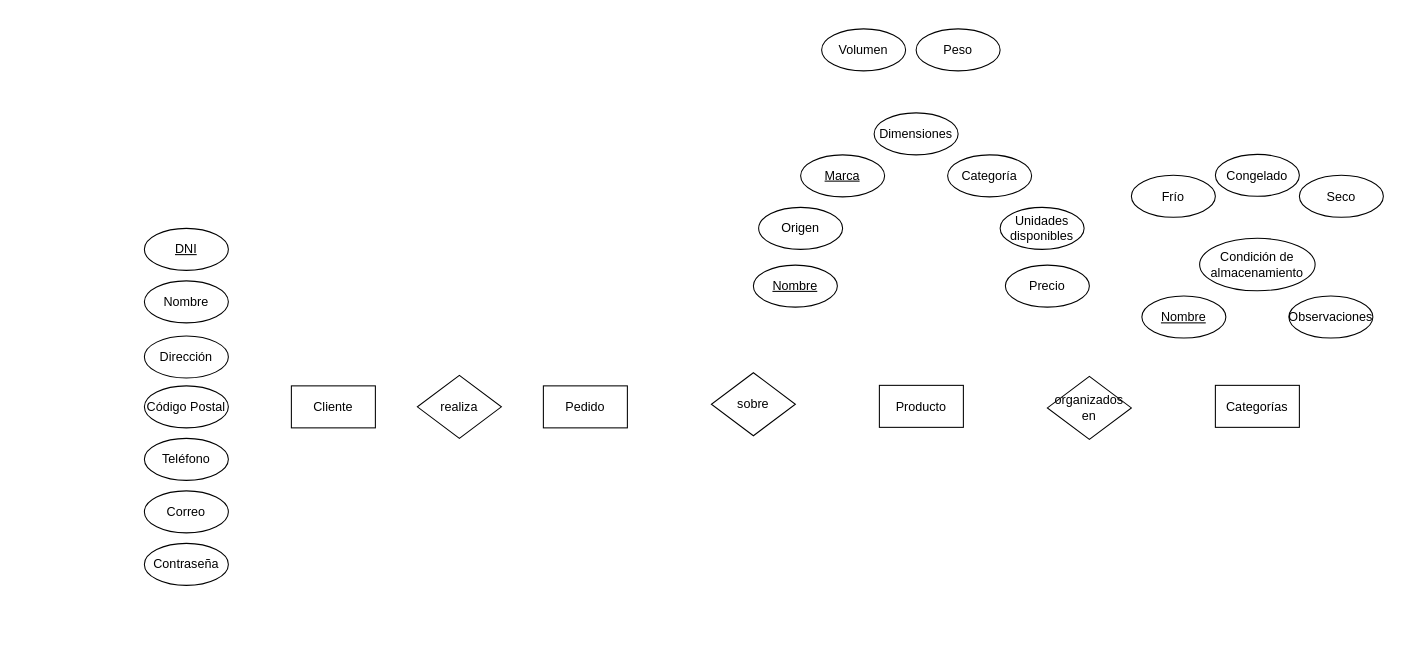
Above: bbdd/Actividades/Actividade BD28/Actividad BD28_2.drawio in Amaado/DAM1_archives (draw.io), before the change. Source tidied: cells renumbered, new cells numbered last; positions are measured from the earlier drawing's top-left corner, leaving out a move shared by most shapes. Both pictures are drawn from the tidied source at 105%, with x=0, y=0 at pixel (144, 28).
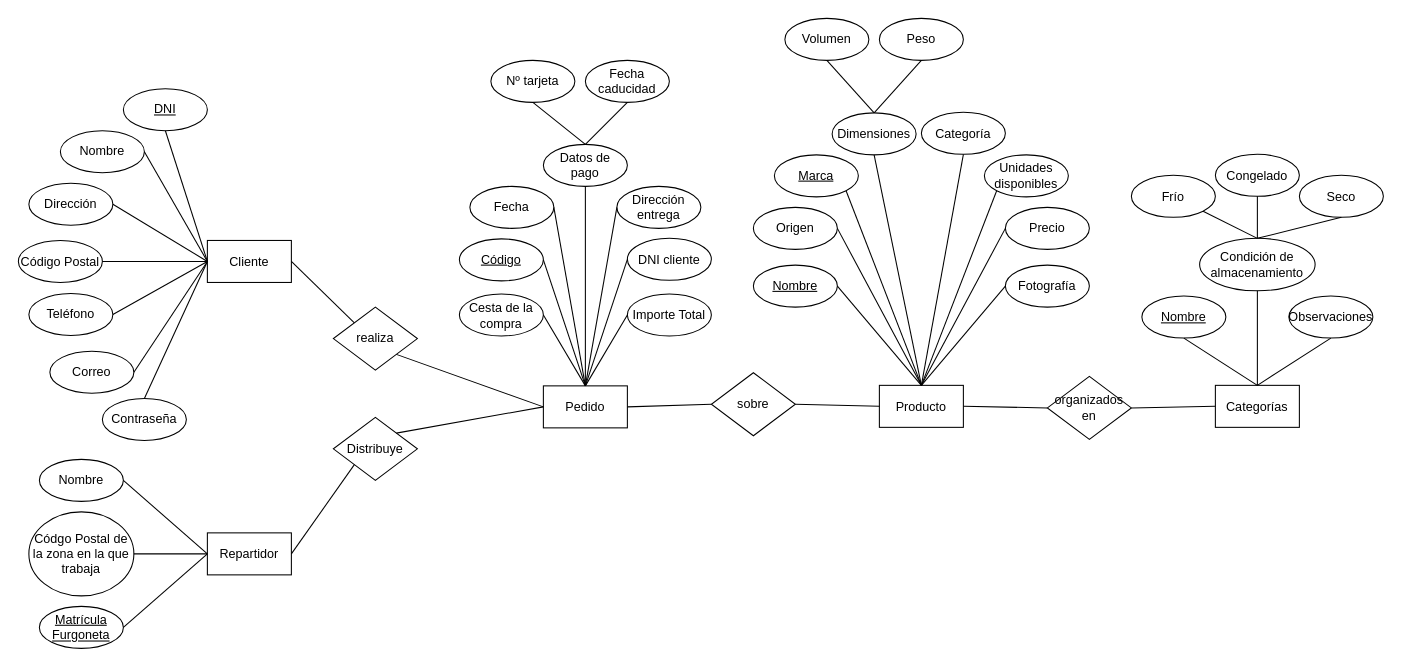
Above is the later version.

The change refers to these unchanged cells:
```xml
<mxCell id="11" value="Pedido" style="rounded=0;whiteSpace=wrap;html=1;" parent="1" vertex="1">
  <mxGeometry x="380" y="340" width="80" height="40" as="geometry" />
</mxCell>
<mxCell id="12" value="Producto" style="rounded=0;whiteSpace=wrap;html=1;" parent="1" vertex="1">
  <mxGeometry x="700" y="339.5" width="80" height="40" as="geometry" />
</mxCell>
<mxCell id="13" value="organizados en" style="rhombus;whiteSpace=wrap;html=1;" parent="1" vertex="1">
  <mxGeometry x="860" y="331" width="80" height="60" as="geometry" />
</mxCell>
<mxCell id="14" value="sobre" style="rhombus;whiteSpace=wrap;html=1;" parent="1" vertex="1">
  <mxGeometry x="540" y="327.5" width="80" height="60" as="geometry" />
</mxCell>
<mxCell id="15" value="Categorías" style="rounded=0;whiteSpace=wrap;html=1;" parent="1" vertex="1">
  <mxGeometry x="1020" y="339.5" width="80" height="40" as="geometry" />
</mxCell>
<mxCell id="16" value="&lt;u&gt;Nombre&lt;/u&gt;" style="ellipse;whiteSpace=wrap;html=1;" parent="1" vertex="1">
  <mxGeometry x="950" y="254.5" width="80" height="40" as="geometry" />
</mxCell>
<mxCell id="17" value="Condición de almacenamiento" style="ellipse;whiteSpace=wrap;html=1;" parent="1" vertex="1">
  <mxGeometry x="1005" y="199.5" width="110" height="50" as="geometry" />
</mxCell>
<mxCell id="18" value="Frío" style="ellipse;whiteSpace=wrap;html=1;" parent="1" vertex="1">
  <mxGeometry x="940" y="139.5" width="80" height="40" as="geometry" />
</mxCell>
<mxCell id="19" value="Congelado" style="ellipse;whiteSpace=wrap;html=1;" parent="1" vertex="1">
  <mxGeometry x="1020" y="119.5" width="80" height="40" as="geometry" />
</mxCell>
<mxCell id="20" value="Seco" style="ellipse;whiteSpace=wrap;html=1;" parent="1" vertex="1">
  <mxGeometry x="1100" y="139.5" width="80" height="40" as="geometry" />
</mxCell>
<mxCell id="21" value="Observaciones" style="ellipse;whiteSpace=wrap;html=1;" parent="1" vertex="1">
  <mxGeometry x="1090" y="254.5" width="80" height="40" as="geometry" />
</mxCell>
<mxCell id="22" value="&lt;u&gt;Nombre&lt;/u&gt;" style="ellipse;whiteSpace=wrap;html=1;" parent="1" vertex="1">
  <mxGeometry x="580" y="225" width="80" height="40" as="geometry" />
</mxCell>
```

Diff of the diagram source:
```diff
@@
     <mxCell id="2" value="Cliente" style="rounded=0;whiteSpace=wrap;html=1;" parent="1" vertex="1">
-      <mxGeometry x="140" y="340" width="80" height="40" as="geometry" />
+      <mxGeometry x="60" y="201.5" width="80" height="40" as="geometry" />
     </mxCell>
     <mxCell id="3" value="realiza" style="rhombus;whiteSpace=wrap;html=1;" parent="1" vertex="1">
-      <mxGeometry x="260" y="330" width="80" height="60" as="geometry" />
+      <mxGeometry x="180" y="265" width="80" height="60" as="geometry" />
     </mxCell>
     <mxCell id="4" value="&lt;u&gt;DNI&lt;/u&gt;" style="ellipse;whiteSpace=wrap;html=1;" parent="1" vertex="1">
-      <mxGeometry y="190" width="80" height="40" as="geometry" />
+      <mxGeometry x="-20" y="57" width="80" height="40" as="geometry" />
     </mxCell>
     <mxCell id="5" value="Nombre" style="ellipse;whiteSpace=wrap;html=1;" parent="1" vertex="1">
-      <mxGeometry y="240" width="80" height="40" as="geometry" />
+      <mxGeometry x="-80" y="97" width="80" height="40" as="geometry" />
     </mxCell>
     <mxCell id="6" value="Dirección" style="ellipse;whiteSpace=wrap;html=1;" parent="1" vertex="1">
-      <mxGeometry y="292.5" width="80" height="40" as="geometry" />
+      <mxGeometry x="-110" y="147" width="80" height="40" as="geometry" />
     </mxCell>
     <mxCell id="7" value="Código Postal" style="ellipse;whiteSpace=wrap;html=1;" parent="1" vertex="1">
-      <mxGeometry y="340" width="80" height="40" as="geometry" />
+      <mxGeometry x="-120" y="201.5" width="80" height="40" as="geometry" />
     </mxCell>
     <mxCell id="8" value="Teléfono" style="ellipse;whiteSpace=wrap;html=1;" parent="1" vertex="1">
-      <mxGeometry y="390" width="80" height="40" as="geometry" />
+      <mxGeometry x="-110" y="252" width="80" height="40" as="geometry" />
     </mxCell>
     <mxCell id="9" value="Correo" style="ellipse;whiteSpace=wrap;html=1;" parent="1" vertex="1">
-      <mxGeometry y="440" width="80" height="40" as="geometry" />
+      <mxGeometry x="-90" y="307" width="80" height="40" as="geometry" />
     </mxCell>
     <mxCell id="10" value="Contraseña" style="ellipse;whiteSpace=wrap;html=1;" parent="1" vertex="1">
-      <mxGeometry y="490" width="80" height="40" as="geometry" />
+      <mxGeometry x="-40" y="352" width="80" height="40" as="geometry" />
     </mxCell>
@@
     <mxCell id="23" value="&lt;u&gt;Marca&lt;/u&gt;" style="ellipse;whiteSpace=wrap;html=1;" parent="1" vertex="1">
-      <mxGeometry x="625" y="120" width="80" height="40" as="geometry" />
+      <mxGeometry x="600" y="120" width="80" height="40" as="geometry" />
     </mxCell>
     <mxCell id="24" value="Origen" style="ellipse;whiteSpace=wrap;html=1;" parent="1" vertex="1">
-      <mxGeometry x="585" y="170" width="80" height="40" as="geometry" />
+      <mxGeometry x="580" y="170" width="80" height="40" as="geometry" />
     </mxCell>
     <mxCell id="25" value="Dimensiones" style="ellipse;whiteSpace=wrap;html=1;" parent="1" vertex="1">
-      <mxGeometry x="695" y="80" width="80" height="40" as="geometry" />
+      <mxGeometry x="655" y="80" width="80" height="40" as="geometry" />
     </mxCell>
     <mxCell id="26" value="Volumen" style="ellipse;whiteSpace=wrap;html=1;" parent="1" vertex="1">
-      <mxGeometry x="645" width="80" height="40" as="geometry" />
+      <mxGeometry x="610" y="-10" width="80" height="40" as="geometry" />
     </mxCell>
     <mxCell id="27" value="Peso" style="ellipse;whiteSpace=wrap;html=1;" parent="1" vertex="1">
-      <mxGeometry x="735" width="80" height="40" as="geometry" />
+      <mxGeometry x="700" y="-10" width="80" height="40" as="geometry" />
     </mxCell>
     <mxCell id="28" value="Precio" style="ellipse;whiteSpace=wrap;html=1;" parent="1" vertex="1">
-      <mxGeometry x="820" y="225" width="80" height="40" as="geometry" />
+      <mxGeometry x="820" y="170" width="80" height="40" as="geometry" />
     </mxCell>
     <mxCell id="29" value="Categoría" style="ellipse;whiteSpace=wrap;html=1;" parent="1" vertex="1">
-      <mxGeometry x="765" y="120" width="80" height="40" as="geometry" />
+      <mxGeometry x="740" y="79.5" width="80" height="40" as="geometry" />
     </mxCell>
     <mxCell id="30" value="Unidades&lt;br&gt;disponibles" style="ellipse;whiteSpace=wrap;html=1;" parent="1" vertex="1">
-      <mxGeometry x="815" y="170" width="80" height="40" as="geometry" />
+      <mxGeometry x="800" y="120" width="80" height="40" as="geometry" />
     </mxCell>
+    <mxCell id="31" value="Fotografía" style="ellipse;whiteSpace=wrap;html=1;" parent="1" vertex="1">
+      <mxGeometry x="820" y="225" width="80" height="40" as="geometry" />
+    </mxCell>
+    <mxCell id="32" value="Cesta de la compra" style="ellipse;whiteSpace=wrap;html=1;" parent="1" vertex="1">
+      <mxGeometry x="300" y="252.5" width="80" height="40" as="geometry" />
+    </mxCell>
+    <mxCell id="33" value="Fecha" style="ellipse;whiteSpace=wrap;html=1;" parent="1" vertex="1">
+      <mxGeometry x="310" y="150" width="80" height="40" as="geometry" />
+    </mxCell>
+    <mxCell id="34" value="&lt;u&gt;Código&lt;/u&gt;" style="ellipse;whiteSpace=wrap;html=1;" parent="1" vertex="1">
+      <mxGeometry x="300" y="200" width="80" height="40" as="geometry" />
+    </mxCell>
+    <mxCell id="35" value="DNI cliente" style="ellipse;whiteSpace=wrap;html=1;" parent="1" vertex="1">
+      <mxGeometry x="460" y="199.5" width="80" height="40" as="geometry" />
+    </mxCell>
+    <mxCell id="36" value="Dirección entrega" style="ellipse;whiteSpace=wrap;html=1;" parent="1" vertex="1">
+      <mxGeometry x="450" y="150" width="80" height="40" as="geometry" />
+    </mxCell>
+    <mxCell id="37" value="Importe Total" style="ellipse;whiteSpace=wrap;html=1;" parent="1" vertex="1">
+      <mxGeometry x="460" y="252.5" width="80" height="40" as="geometry" />
+    </mxCell>
+    <mxCell id="38" value="Datos de pago" style="ellipse;whiteSpace=wrap;html=1;" parent="1" vertex="1">
+      <mxGeometry x="380" y="110" width="80" height="40" as="geometry" />
+    </mxCell>
+    <mxCell id="39" value="Nº tarjeta" style="ellipse;whiteSpace=wrap;html=1;" parent="1" vertex="1">
+      <mxGeometry x="330" y="30" width="80" height="40" as="geometry" />
+    </mxCell>
+    <mxCell id="40" value="Fecha caducidad" style="ellipse;whiteSpace=wrap;html=1;" parent="1" vertex="1">
+      <mxGeometry x="420" y="30" width="80" height="40" as="geometry" />
+    </mxCell>
+    <mxCell id="41" value="Repartidor" style="rounded=0;whiteSpace=wrap;html=1;" parent="1" vertex="1">
+      <mxGeometry x="60" y="480" width="80" height="40" as="geometry" />
+    </mxCell>
+    <mxCell id="42" value="Distribuye" style="rhombus;whiteSpace=wrap;html=1;" parent="1" vertex="1">
+      <mxGeometry x="180" y="370" width="80" height="60" as="geometry" />
+    </mxCell>
+    <mxCell id="43" value="Nombre" style="ellipse;whiteSpace=wrap;html=1;" parent="1" vertex="1">
+      <mxGeometry x="-100" y="410" width="80" height="40" as="geometry" />
+    </mxCell>
+    <mxCell id="44" value="&lt;u&gt;Matrícula Furgoneta&lt;/u&gt;" style="ellipse;whiteSpace=wrap;html=1;" parent="1" vertex="1">
+      <mxGeometry x="-100" y="550" width="80" height="40" as="geometry" />
+    </mxCell>
+    <mxCell id="45" value="Códgo Postal de la zona en la que trabaja" style="ellipse;whiteSpace=wrap;html=1;" parent="1" vertex="1">
+      <mxGeometry x="-110" y="460" width="100" height="80" as="geometry" />
+    </mxCell>
+    <mxCell id="46" style="endArrow=none;html=1;rounded=0;exitX=0.5;exitY=0;exitDx=0;exitDy=0;entryX=1;entryY=0.5;entryDx=0;entryDy=0;" parent="1" edge="1" source="11" target="33">
+      <mxGeometry relative="1" as="geometry" />
+    </mxCell>
+    <mxCell id="47" style="endArrow=none;html=1;rounded=0;entryX=0.5;entryY=1;entryDx=0;entryDy=0;exitX=0;exitY=0.5;exitDx=0;exitDy=0;" parent="1" edge="1" source="2" target="4">
+      <mxGeometry relative="1" as="geometry" />
+    </mxCell>
+    <mxCell id="48" style="endArrow=none;html=1;rounded=0;entryX=1;entryY=0.5;entryDx=0;entryDy=0;exitX=0;exitY=0.5;exitDx=0;exitDy=0;" parent="1" edge="1" source="2" target="5">
+      <mxGeometry relative="1" as="geometry" />
+    </mxCell>
+    <mxCell id="49" style="endArrow=none;html=1;rounded=0;entryX=0;entryY=0.5;entryDx=0;entryDy=0;exitX=1;exitY=0.5;exitDx=0;exitDy=0;" parent="1" edge="1" source="6" target="2">
+      <mxGeometry relative="1" as="geometry" />
+    </mxCell>
+    <mxCell id="50" style="endArrow=none;html=1;rounded=0;entryX=0;entryY=0.5;entryDx=0;entryDy=0;exitX=1;exitY=0.5;exitDx=0;exitDy=0;" parent="1" edge="1" source="7" target="2">
+      <mxGeometry relative="1" as="geometry" />
+    </mxCell>
+    <mxCell id="51" style="endArrow=none;html=1;rounded=0;entryX=1;entryY=0.5;entryDx=0;entryDy=0;exitX=0;exitY=0.5;exitDx=0;exitDy=0;" parent="1" edge="1" source="2" target="8">
+      <mxGeometry relative="1" as="geometry" />
+    </mxCell>
+    <mxCell id="52" style="endArrow=none;html=1;rounded=0;entryX=0;entryY=0.5;entryDx=0;entryDy=0;exitX=0.5;exitY=0;exitDx=0;exitDy=0;" parent="1" edge="1" source="10" target="2">
+      <mxGeometry relative="1" as="geometry" />
+    </mxCell>
+    <mxCell id="53" style="endArrow=none;html=1;rounded=0;entryX=0;entryY=0.5;entryDx=0;entryDy=0;exitX=1;exitY=0.5;exitDx=0;exitDy=0;" parent="1" edge="1" source="9" target="2">
+      <mxGeometry relative="1" as="geometry" />
+    </mxCell>
+    <mxCell id="54" style="endArrow=none;html=1;rounded=0;entryX=0;entryY=0;entryDx=0;entryDy=0;exitX=1;exitY=0.5;exitDx=0;exitDy=0;" parent="1" edge="1" source="2" target="3">
+      <mxGeometry relative="1" as="geometry" />
+    </mxCell>
+    <mxCell id="55" style="endArrow=none;html=1;rounded=0;entryX=0;entryY=1;entryDx=0;entryDy=0;exitX=1;exitY=0.5;exitDx=0;exitDy=0;" parent="1" edge="1" source="41" target="42">
+      <mxGeometry relative="1" as="geometry" />
+    </mxCell>
+    <mxCell id="56" style="endArrow=none;html=1;rounded=0;entryX=0;entryY=0.5;entryDx=0;entryDy=0;exitX=1;exitY=1;exitDx=0;exitDy=0;" parent="1" edge="1" source="3" target="11">
+      <mxGeometry relative="1" as="geometry" />
+    </mxCell>
+    <mxCell id="57" style="endArrow=none;html=1;rounded=0;entryX=0;entryY=0.5;entryDx=0;entryDy=0;exitX=1;exitY=0;exitDx=0;exitDy=0;" parent="1" edge="1" source="42" target="11">
+      <mxGeometry relative="1" as="geometry" />
+    </mxCell>
+    <mxCell id="58" style="endArrow=none;html=1;rounded=0;entryX=1;entryY=0.5;entryDx=0;entryDy=0;exitX=0;exitY=0.5;exitDx=0;exitDy=0;" parent="1" edge="1" source="41" target="43">
+      <mxGeometry relative="1" as="geometry" />
+    </mxCell>
+    <mxCell id="59" style="endArrow=none;html=1;rounded=0;entryX=0;entryY=0.5;entryDx=0;entryDy=0;exitX=1;exitY=0.5;exitDx=0;exitDy=0;" parent="1" edge="1" source="45" target="41">
+      <mxGeometry relative="1" as="geometry" />
+    </mxCell>
+    <mxCell id="60" style="endArrow=none;html=1;rounded=0;entryX=0;entryY=0.5;entryDx=0;entryDy=0;exitX=1;exitY=0.5;exitDx=0;exitDy=0;" parent="1" edge="1" source="44" target="41">
+      <mxGeometry relative="1" as="geometry" />
+    </mxCell>
+    <mxCell id="61" style="endArrow=none;html=1;rounded=0;entryX=0.5;entryY=0;entryDx=0;entryDy=0;exitX=0.5;exitY=1;exitDx=0;exitDy=0;" parent="1" edge="1" source="38" target="11">
+      <mxGeometry relative="1" as="geometry" />
+    </mxCell>
+    <mxCell id="62" style="endArrow=none;html=1;rounded=0;entryX=0;entryY=0.5;entryDx=0;entryDy=0;exitX=0.5;exitY=0;exitDx=0;exitDy=0;" parent="1" edge="1" source="11" target="36">
+      <mxGeometry relative="1" as="geometry" />
+    </mxCell>
+    <mxCell id="63" style="endArrow=none;html=1;rounded=0;entryX=0;entryY=0.5;entryDx=0;entryDy=0;exitX=0.5;exitY=0;exitDx=0;exitDy=0;" parent="1" edge="1" source="11" target="37">
+      <mxGeometry relative="1" as="geometry" />
+    </mxCell>
+    <mxCell id="64" style="endArrow=none;html=1;rounded=0;entryX=0;entryY=0.5;entryDx=0;entryDy=0;exitX=0.5;exitY=0;exitDx=0;exitDy=0;" parent="1" edge="1" source="11" target="35">
+      <mxGeometry relative="1" as="geometry" />
+    </mxCell>
+    <mxCell id="65" style="endArrow=none;html=1;rounded=0;exitX=0.5;exitY=0;exitDx=0;exitDy=0;entryX=1;entryY=0.5;entryDx=0;entryDy=0;" parent="1" edge="1" source="11" target="34">
+      <mxGeometry relative="1" as="geometry" />
+    </mxCell>
+    <mxCell id="66" style="endArrow=none;html=1;rounded=0;exitX=0.5;exitY=0;exitDx=0;exitDy=0;entryX=1;entryY=0.5;entryDx=0;entryDy=0;" parent="1" edge="1" source="11" target="32">
+      <mxGeometry relative="1" as="geometry" />
+    </mxCell>
+    <mxCell id="67" style="endArrow=none;html=1;rounded=0;exitX=1;exitY=0.5;exitDx=0;exitDy=0;entryX=0;entryY=0.5;entryDx=0;entryDy=0;" parent="1" edge="1" source="11" target="14">
+      <mxGeometry relative="1" as="geometry" />
+    </mxCell>
+    <mxCell id="68" style="endArrow=none;html=1;rounded=0;exitX=0;exitY=0.5;exitDx=0;exitDy=0;entryX=1;entryY=0.5;entryDx=0;entryDy=0;" parent="1" edge="1" source="12" target="14">
+      <mxGeometry relative="1" as="geometry" />
+    </mxCell>
+    <mxCell id="69" style="endArrow=none;html=1;rounded=0;exitX=0.5;exitY=0;exitDx=0;exitDy=0;entryX=1;entryY=0.5;entryDx=0;entryDy=0;" parent="1" edge="1" source="12" target="22">
+      <mxGeometry relative="1" as="geometry" />
+    </mxCell>
+    <mxCell id="70" style="endArrow=none;html=1;rounded=0;exitX=0.5;exitY=0;exitDx=0;exitDy=0;entryX=1;entryY=0.5;entryDx=0;entryDy=0;" parent="1" edge="1" source="12" target="24">
+      <mxGeometry relative="1" as="geometry" />
+    </mxCell>
+    <mxCell id="71" style="endArrow=none;html=1;rounded=0;entryX=1;entryY=1;entryDx=0;entryDy=0;exitX=0.5;exitY=0;exitDx=0;exitDy=0;" parent="1" edge="1" source="12" target="23">
+      <mxGeometry relative="1" as="geometry" />
+    </mxCell>
+    <mxCell id="72" style="endArrow=none;html=1;rounded=0;entryX=0.5;entryY=1;entryDx=0;entryDy=0;exitX=0.5;exitY=0;exitDx=0;exitDy=0;" parent="1" edge="1" source="12" target="25">
+      <mxGeometry relative="1" as="geometry" />
+    </mxCell>
+    <mxCell id="73" style="endArrow=none;html=1;rounded=0;exitX=0.5;exitY=0;exitDx=0;exitDy=0;entryX=0.5;entryY=1;entryDx=0;entryDy=0;" parent="1" edge="1" source="12" target="29">
+      <mxGeometry relative="1" as="geometry" />
+    </mxCell>
+    <mxCell id="74" style="endArrow=none;html=1;rounded=0;exitX=0.5;exitY=0;exitDx=0;exitDy=0;entryX=0;entryY=1;entryDx=0;entryDy=0;" parent="1" edge="1" source="12" target="30">
+      <mxGeometry relative="1" as="geometry" />
+    </mxCell>
+    <mxCell id="75" style="endArrow=none;html=1;rounded=0;exitX=0.5;exitY=0;exitDx=0;exitDy=0;entryX=0;entryY=0.5;entryDx=0;entryDy=0;" parent="1" edge="1" source="12" target="28">
+      <mxGeometry relative="1" as="geometry" />
+    </mxCell>
+    <mxCell id="76" style="endArrow=none;html=1;rounded=0;exitX=0.5;exitY=0;exitDx=0;exitDy=0;entryX=0;entryY=0.5;entryDx=0;entryDy=0;" parent="1" edge="1" source="12" target="31">
+      <mxGeometry relative="1" as="geometry" />
+    </mxCell>
+    <mxCell id="77" style="endArrow=none;html=1;rounded=0;exitX=1;exitY=0.5;exitDx=0;exitDy=0;entryX=0;entryY=0.5;entryDx=0;entryDy=0;" parent="1" edge="1" source="12" target="13">
+      <mxGeometry relative="1" as="geometry" />
+    </mxCell>
+    <mxCell id="78" style="endArrow=none;html=1;rounded=0;exitX=0.5;exitY=0;exitDx=0;exitDy=0;entryX=0.5;entryY=1;entryDx=0;entryDy=0;" parent="1" edge="1" source="25" target="26">
+      <mxGeometry relative="1" as="geometry" />
+    </mxCell>
+    <mxCell id="79" style="endArrow=none;html=1;rounded=0;exitX=0.5;exitY=0;exitDx=0;exitDy=0;entryX=0.5;entryY=1;entryDx=0;entryDy=0;" parent="1" edge="1" source="25" target="27">
+      <mxGeometry relative="1" as="geometry" />
+    </mxCell>
+    <mxCell id="80" style="endArrow=none;html=1;rounded=0;exitX=0.5;exitY=1;exitDx=0;exitDy=0;entryX=0.5;entryY=0;entryDx=0;entryDy=0;" parent="1" edge="1" source="40" target="38">
+      <mxGeometry relative="1" as="geometry" />
+    </mxCell>
+    <mxCell id="81" style="endArrow=none;html=1;rounded=0;exitX=0.5;exitY=1;exitDx=0;exitDy=0;entryX=0.5;entryY=0;entryDx=0;entryDy=0;" parent="1" edge="1" source="39" target="38">
+      <mxGeometry relative="1" as="geometry" />
+    </mxCell>
+    <mxCell id="82" style="endArrow=none;html=1;rounded=0;exitX=0;exitY=0.5;exitDx=0;exitDy=0;entryX=1;entryY=0.5;entryDx=0;entryDy=0;" parent="1" edge="1" source="15" target="13">
+      <mxGeometry relative="1" as="geometry" />
+    </mxCell>
+    <mxCell id="83" style="endArrow=none;html=1;rounded=0;exitX=0.5;exitY=1;exitDx=0;exitDy=0;entryX=0.5;entryY=0;entryDx=0;entryDy=0;" parent="1" edge="1" source="16" target="15">
+      <mxGeometry relative="1" as="geometry" />
+    </mxCell>
+    <mxCell id="84" style="endArrow=none;html=1;rounded=0;exitX=0.5;exitY=0;exitDx=0;exitDy=0;entryX=0.5;entryY=1;entryDx=0;entryDy=0;" parent="1" edge="1" source="15" target="17">
+      <mxGeometry relative="1" as="geometry" />
+    </mxCell>
+    <mxCell id="85" style="endArrow=none;html=1;rounded=0;exitX=0.5;exitY=0;exitDx=0;exitDy=0;entryX=0.5;entryY=1;entryDx=0;entryDy=0;" parent="1" edge="1" source="15" target="21">
+      <mxGeometry relative="1" as="geometry" />
+    </mxCell>
+    <mxCell id="86" style="endArrow=none;html=1;rounded=0;exitX=0.5;exitY=0;exitDx=0;exitDy=0;entryX=1;entryY=1;entryDx=0;entryDy=0;" parent="1" edge="1" source="17" target="18">
+      <mxGeometry relative="1" as="geometry" />
+    </mxCell>
+    <mxCell id="87" style="endArrow=none;html=1;rounded=0;exitX=0.5;exitY=0;exitDx=0;exitDy=0;entryX=0.5;entryY=1;entryDx=0;entryDy=0;" parent="1" edge="1" source="17" target="19">
+      <mxGeometry relative="1" as="geometry" />
+    </mxCell>
+    <mxCell id="88" style="endArrow=none;html=1;rounded=0;exitX=0.5;exitY=0;exitDx=0;exitDy=0;entryX=0.5;entryY=1;entryDx=0;entryDy=0;" parent="1" edge="1" source="17" target="20">
+      <mxGeometry relative="1" as="geometry" />
+    </mxCell>
```
